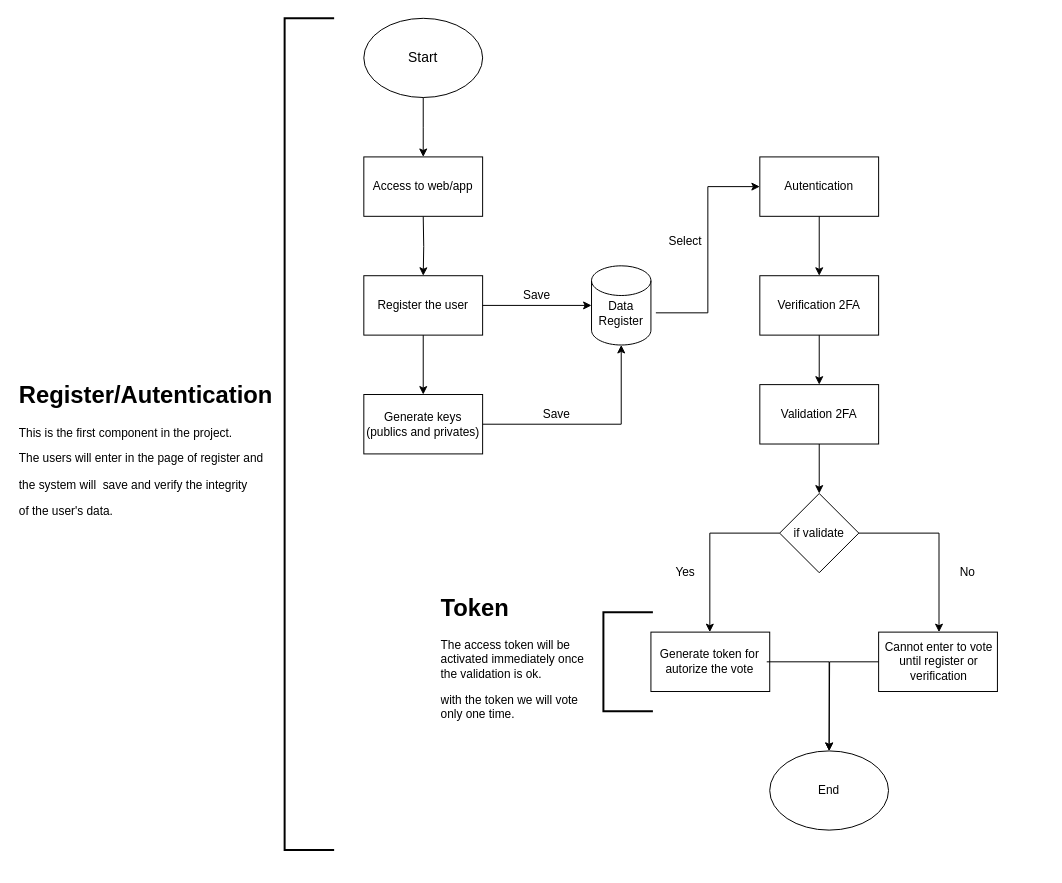
This is diagrams-uml/Register_Autentication.drawio from jarodriguezf/ElectXChain, a draw.io file, before an edit. Source tidied: cells renumbered, new cells numbered last; positions are measured from the earlier drawing's top-left corner, leaving out a move shared by most shapes. Both pictures are drawn from the tidied source at 99%, with x=0, y=0 at pixel (17, 18).
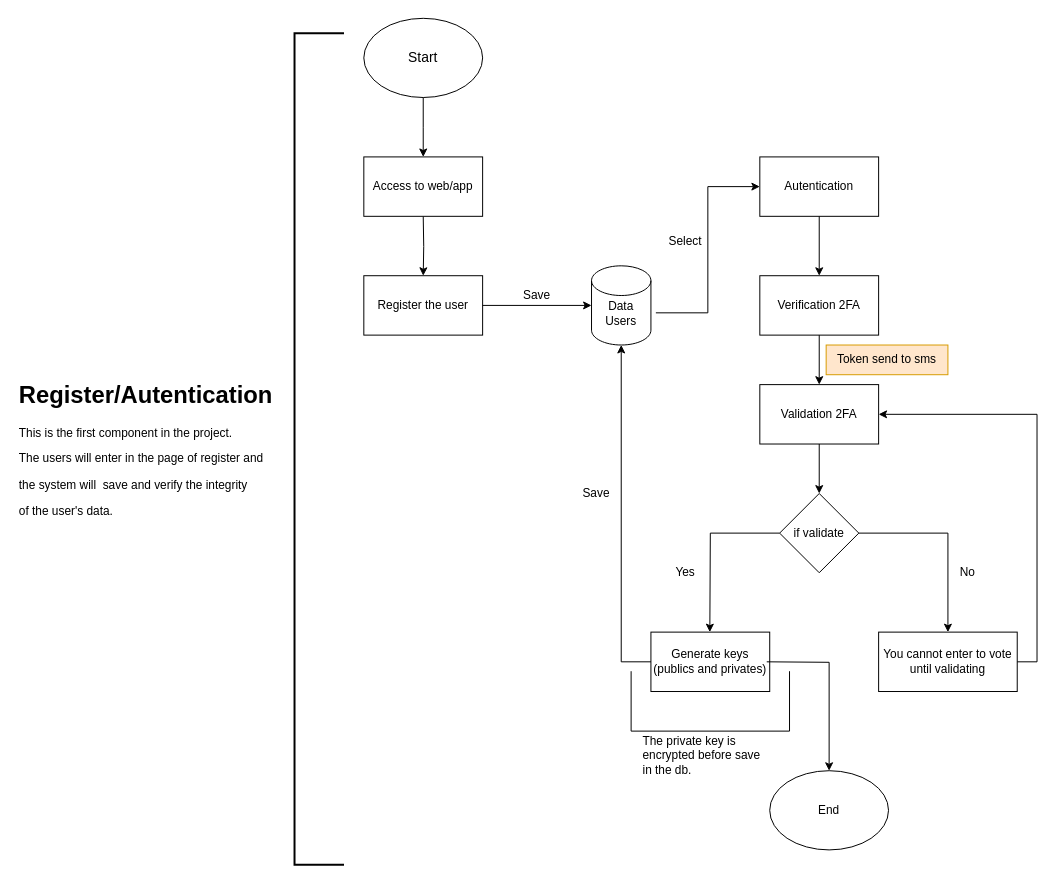
Above is the later version.

Unchanged cells that the change refers to:
```xml
<mxCell id="9" value="Register the user" style="text;html=1;align=center;verticalAlign=middle;whiteSpace=wrap;rounded=0;" parent="1" vertex="1">
  <mxGeometry x="350" y="260" width="120" height="60" as="geometry" />
</mxCell>
<mxCell id="10" style="shape=cylinder3;whiteSpace=wrap;html=1;boundedLbl=1;backgroundOutline=1;size=15;" parent="1" vertex="1">
  <mxGeometry x="580" y="250" width="60" height="80" as="geometry" />
</mxCell>
<mxCell id="37" value="Validation 2FA" style="text;html=1;align=center;verticalAlign=middle;whiteSpace=wrap;rounded=0;" parent="1" vertex="1">
  <mxGeometry x="750" y="370" width="120" height="60" as="geometry" />
</mxCell>
<mxCell id="40" style="rhombus;whiteSpace=wrap;html=1;" parent="1" vertex="1">
  <mxGeometry x="770" y="480" width="80" height="80" as="geometry" />
</mxCell>
```

What changed in the source:
```diff
@@
-    <mxCell id="8" style="edgeStyle=orthogonalEdgeStyle;rounded=0;jettySize=auto;html=1;" parent="1" edge="1" source="9" target="13">
-      <mxGeometry relative="1" as="geometry" />
-    </mxCell>
@@
-    <mxCell id="12" value="Data&lt;div&gt;Register&lt;/div&gt;" style="text;html=1;align=center;verticalAlign=middle;whiteSpace=wrap;rounded=0;" parent="1" vertex="1">
+    <mxCell id="12" value="Data&lt;div&gt;Users&lt;/div&gt;" style="text;html=1;align=center;verticalAlign=middle;whiteSpace=wrap;rounded=0;" parent="1" vertex="1">
       <mxGeometry x="575" y="275" width="70" height="45" as="geometry" />
     </mxCell>
     <mxCell id="13" style="rounded=0;whiteSpace=wrap;html=1;" parent="1" vertex="1">
-      <mxGeometry x="350" y="380" width="120" height="60" as="geometry" />
+      <mxGeometry x="640" y="620" width="120" height="60" as="geometry" />
     </mxCell>
     <mxCell id="14" value="Generate keys (publics and privates)" style="text;html=1;align=center;verticalAlign=middle;whiteSpace=wrap;rounded=0;" parent="1" vertex="1">
-      <mxGeometry x="350" y="380" width="120" height="60" as="geometry" />
+      <mxGeometry x="640" y="620" width="120" height="60" as="geometry" />
     </mxCell>
-    <mxCell id="15" style="edgeStyle=orthogonalEdgeStyle;rounded=0;jettySize=auto;html=1;exitX=1;exitY=0.5;exitDx=0;exitDy=0;entryX=0.5;entryY=1;entryDx=0;entryDy=0;entryPerimeter=0;" parent="1" edge="1" source="14" target="10">
-      <mxGeometry relative="1" as="geometry" />
-    </mxCell>
@@
-    <mxCell id="17" value="Save" style="text;html=1;align=center;verticalAlign=middle;whiteSpace=wrap;rounded=0;" parent="1" vertex="1">
-      <mxGeometry x="520" y="390" width="50" height="20" as="geometry" />
-    </mxCell>
@@
-    <mxCell id="22" style="rounded=0;whiteSpace=wrap;html=1;" parent="1" vertex="1">
-      <mxGeometry x="640" y="620" width="120" height="60" as="geometry" />
-    </mxCell>
-    <mxCell id="23" style="edgeStyle=orthogonalEdgeStyle;rounded=0;jettySize=auto;html=1;entryX=0.5;entryY=0;entryDx=0;entryDy=0;" parent="1" edge="1" source="24" target="31">
-      <mxGeometry relative="1" as="geometry" />
+    <mxCell id="23" style="edgeStyle=orthogonalEdgeStyle;rounded=0;jettySize=auto;html=1;entryX=0.5;entryY=0;entryDx=0;entryDy=0;" parent="1" edge="1" target="31">
+      <mxGeometry relative="1" as="geometry">
+        <mxPoint x="757" y="650" as="sourcePoint" />
+      </mxGeometry>
     </mxCell>
-    <mxCell id="24" value="Generate token for autorize the vote" style="text;html=1;align=center;verticalAlign=middle;whiteSpace=wrap;rounded=0;" parent="1" vertex="1">
-      <mxGeometry x="642" y="620" width="115" height="60" as="geometry" />
-    </mxCell>
     <mxCell id="25" style="rounded=0;whiteSpace=wrap;html=1;" parent="1" vertex="1">
-      <mxGeometry x="870" y="620" width="120" height="60" as="geometry" />
+      <mxGeometry x="870" y="620" width="140" height="60" as="geometry" />
     </mxCell>
-    <mxCell id="26" style="edgeStyle=orthogonalEdgeStyle;rounded=0;jettySize=auto;html=1;" parent="1" edge="1" source="27">
-      <mxGeometry relative="1" as="geometry">
-        <mxPoint x="820" y="740" as="targetPoint" />
-      </mxGeometry>
-    </mxCell>
+    <mxCell id="46" style="edgeStyle=orthogonalEdgeStyle;rounded=0;jettySize=auto;html=1;exitX=1;exitY=0.5;exitDx=0;exitDy=0;entryX=1;entryY=0.5;entryDx=0;entryDy=0;" parent="1" edge="1" source="27" target="37">
+      <mxGeometry relative="1" as="geometry" />
+    </mxCell>
-    <mxCell id="27" value="Cannot enter to vote&lt;div&gt;until register or verification&lt;/div&gt;" style="text;html=1;align=center;verticalAlign=middle;whiteSpace=wrap;rounded=0;" parent="1" vertex="1">
-      <mxGeometry x="870" y="620" width="122" height="60" as="geometry" />
+    <mxCell id="27" value="You cannot enter to vote&lt;div&gt;until validating&lt;/div&gt;" style="text;html=1;align=center;verticalAlign=middle;whiteSpace=wrap;rounded=0;" parent="1" vertex="1">
+      <mxGeometry x="870" y="620" width="140" height="60" as="geometry" />
     </mxCell>
@@
     <mxCell id="29" style="strokeWidth=2;html=1;shape=mxgraph.flowchart.annotation_1;align=left;" parent="1" vertex="1">
-      <mxGeometry x="270" width="50" height="840" as="geometry" />
+      <mxGeometry x="280" y="15" width="50" height="840" as="geometry" />
     </mxCell>
@@
     <mxCell id="31" value="End" style="ellipse;whiteSpace=wrap;html=1;" parent="1" vertex="1">
-      <mxGeometry x="760" y="740" width="120" height="80" as="geometry" />
+      <mxGeometry x="760" y="760" width="120" height="80" as="geometry" />
     </mxCell>
@@
-    <mxCell id="38" style="edgeStyle=orthogonalEdgeStyle;rounded=0;jettySize=auto;html=1;entryX=0.5;entryY=0;entryDx=0;entryDy=0;" parent="1" edge="1" source="40" target="24">
-      <mxGeometry relative="1" as="geometry" />
+    <mxCell id="38" style="edgeStyle=orthogonalEdgeStyle;rounded=0;jettySize=auto;html=1;entryX=0.5;entryY=0;entryDx=0;entryDy=0;" parent="1" edge="1" source="40">
+      <mxGeometry relative="1" as="geometry">
+        <mxPoint x="699.5" y="620" as="targetPoint" />
+      </mxGeometry>
     </mxCell>
@@
-    <mxCell id="44" style="strokeWidth=2;html=1;shape=mxgraph.flowchart.annotation_1;align=left;" parent="1" vertex="1">
-      <mxGeometry x="592" y="600" width="50" height="100" as="geometry" />
-    </mxCell>
-    <mxCell id="45" value="&lt;h1 style=&quot;margin-top: 0px;&quot;&gt;Token&lt;/h1&gt;&lt;p&gt;The access token will be activated immediately&amp;nbsp;once the validation is ok.&lt;/p&gt;&lt;p&gt;with the token we will vote only one time.&lt;/p&gt;" style="text;html=1;whiteSpace=wrap;overflow=hidden;rounded=0;" parent="1" vertex="1">
-      <mxGeometry x="426" y="575" width="166" height="140" as="geometry" />
-    </mxCell>
+    <mxCell id="15" style="edgeStyle=orthogonalEdgeStyle;rounded=0;jettySize=auto;html=1;exitX=0;exitY=0.5;exitDx=0;exitDy=0;entryX=0.5;entryY=1;entryDx=0;entryDy=0;entryPerimeter=0;" parent="1" edge="1" source="14" target="10">
+      <mxGeometry relative="1" as="geometry" />
+    </mxCell>
+    <mxCell id="17" value="Save" style="text;html=1;align=center;verticalAlign=middle;whiteSpace=wrap;rounded=0;" parent="1" vertex="1">
+      <mxGeometry x="560" y="470" width="50" height="20" as="geometry" />
+    </mxCell>
+    <mxCell id="47" value="Token send to sms" style="text;html=1;align=center;verticalAlign=middle;whiteSpace=wrap;rounded=0;fillColor=#ffe6cc;strokeColor=#d79b00;" parent="1" vertex="1">
+      <mxGeometry x="817" y="330" width="123" height="30" as="geometry" />
+    </mxCell>
+    <mxCell id="48" style="shape=partialRectangle;whiteSpace=wrap;html=1;bottom=1;right=1;left=1;top=0;fillColor=none;routingCenterX=-0.5;strokeColor=default;" parent="1" vertex="1">
+      <mxGeometry x="620" y="660" width="160" height="60" as="geometry" />
+    </mxCell>
+    <mxCell id="49" value="The private key is encrypted before save in the db." style="text;html=1;align=left;verticalAlign=middle;whiteSpace=wrap;rounded=0;" parent="1" vertex="1">
+      <mxGeometry x="630" y="720" width="130" height="50" as="geometry" />
+    </mxCell>
```
